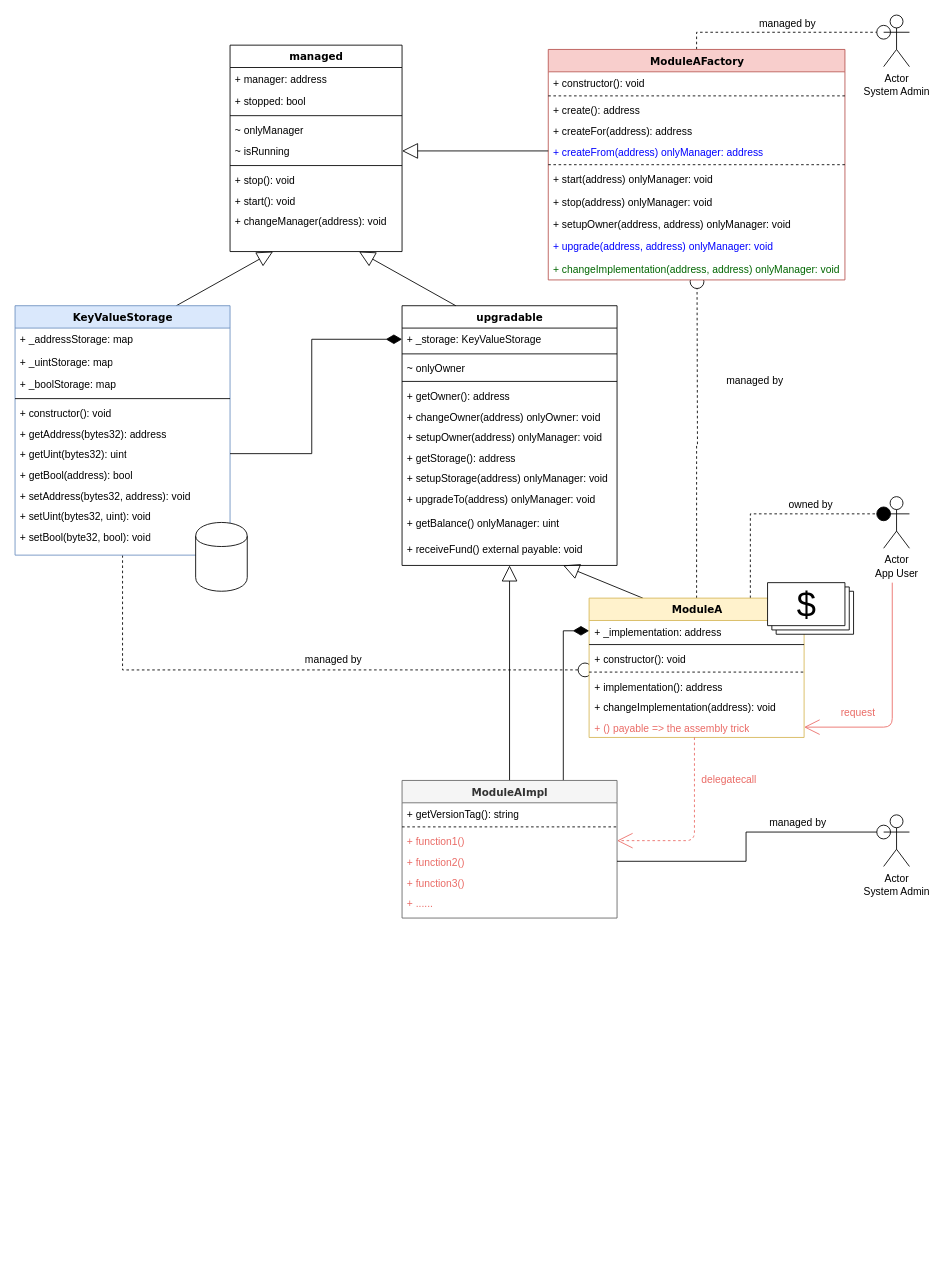
The draw.io diagram blockchain/ethereum/upgradable-contract/UpgradableContracts2.drawio in hmisty/coding, before the edit. Source tidied: cells renumbered, new cells numbered last; positions are measured from the earlier drawing's top-left corner, leaving out a move shared by most shapes. Both pictures are drawn from the tidied source at 86%, with x=0, y=0 at pixel (15, 15).
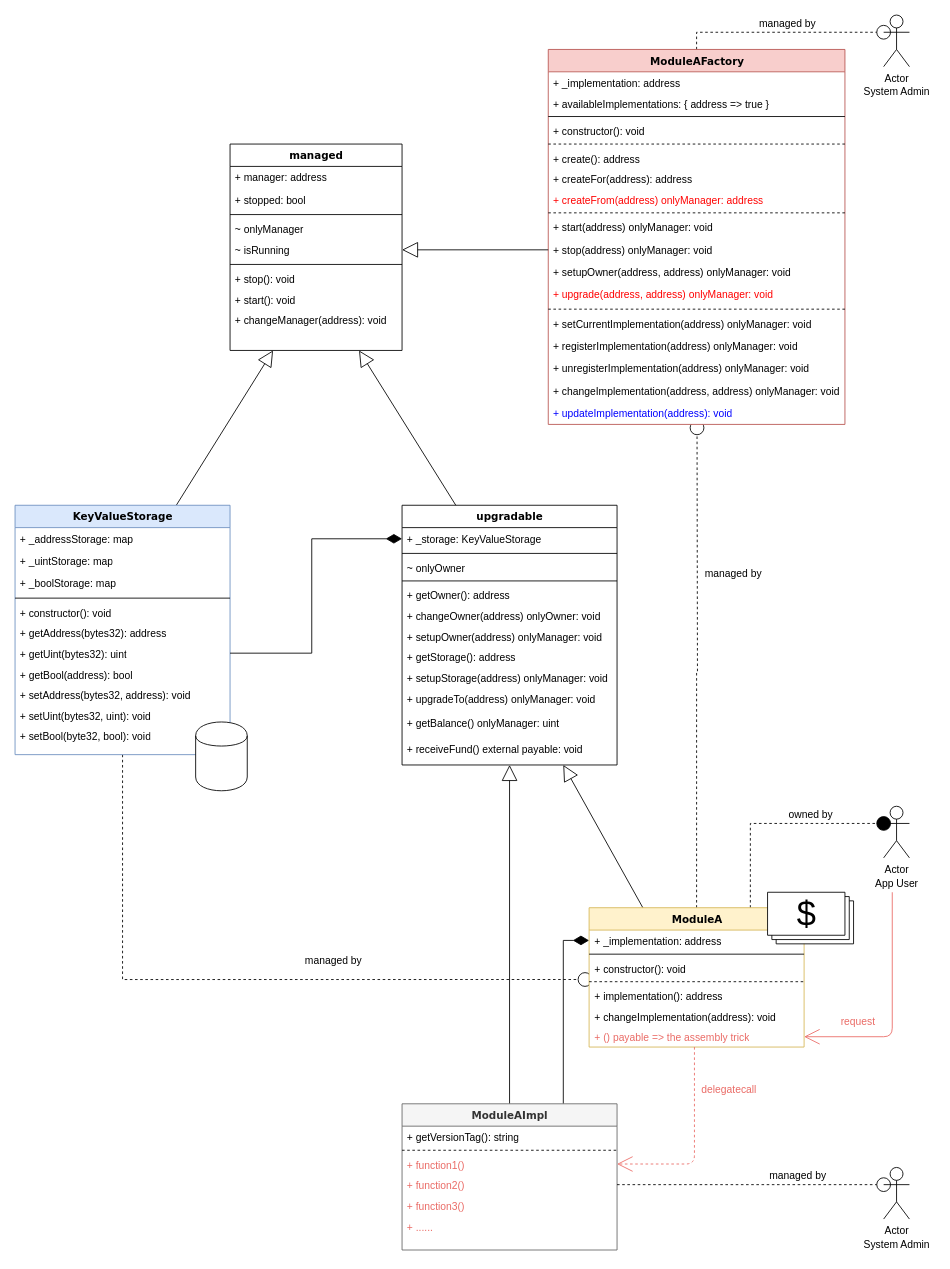
After the change.

The change refers to these unchanged cells:
```xml
<mxCell id="7" value="~ isRunning" style="text;html=1;strokeColor=none;fillColor=none;align=left;verticalAlign=top;spacingLeft=4;spacingRight=4;whiteSpace=wrap;overflow=hidden;points=[[0,0.5],[1,0.5]];portConstraint=eastwest;" parent="2" vertex="1">
  <mxGeometry y="110" width="200" height="26" as="geometry" />
</mxCell>
<mxCell id="51" value="+ () payable =&amp;gt; the assembly trick" style="text;html=1;strokeColor=none;fillColor=none;align=left;verticalAlign=top;spacingLeft=4;spacingRight=4;whiteSpace=wrap;overflow=hidden;points=[[0,0.5],[1,0.5]];portConstraint=eastwest;fontColor=#EA6B66;" parent="44" vertex="1">
  <mxGeometry y="138" width="250" height="24" as="geometry" />
</mxCell>
<mxCell id="57" value="+ function1()" style="text;html=1;strokeColor=none;fillColor=none;align=left;verticalAlign=top;spacingLeft=4;spacingRight=4;whiteSpace=wrap;overflow=hidden;points=[[0,0.5],[1,0.5]];portConstraint=eastwest;fontColor=#EA6B66;" parent="54" vertex="1">
  <mxGeometry y="58" width="250" height="24" as="geometry" />
</mxCell>
<mxCell id="58" value="+ function2()" style="text;html=1;strokeColor=none;fillColor=none;align=left;verticalAlign=top;spacingLeft=4;spacingRight=4;whiteSpace=wrap;overflow=hidden;points=[[0,0.5],[1,0.5]];portConstraint=eastwest;fontColor=#EA6B66;" parent="54" vertex="1">
  <mxGeometry y="82" width="250" height="24" as="geometry" />
</mxCell>
```

What changed in the source:
```diff
@@
     <mxCell id="2" value="managed" style="swimlane;html=1;fontStyle=1;align=center;verticalAlign=top;horizontal=1;startSize=26;swimlaneFillColor=#ffffff;rounded=0;shadow=0;comic=0;labelBackgroundColor=none;strokeWidth=1;fillColor=none;fontFamily=Verdana;fontSize=12;" parent="1" vertex="1">
-      <mxGeometry x="250" y="35" width="200" height="240" as="geometry" />
+      <mxGeometry x="250" y="150" width="200" height="240" as="geometry" />
     </mxCell>
@@
     <mxCell id="13" value="upgradable" style="swimlane;html=1;fontStyle=1;align=center;verticalAlign=top;horizontal=1;startSize=26;swimlaneFillColor=#ffffff;rounded=0;shadow=0;comic=0;labelBackgroundColor=none;strokeWidth=1;fillColor=none;fontFamily=Verdana;fontSize=12;" parent="1" vertex="1">
-      <mxGeometry x="450" y="338" width="250" height="302" as="geometry" />
+      <mxGeometry x="450" y="570" width="250" height="302" as="geometry" />
     </mxCell>
@@
     <mxCell id="28" value="KeyValueStorage" style="swimlane;html=1;fontStyle=1;align=center;verticalAlign=top;horizontal=1;startSize=26;swimlaneFillColor=#ffffff;rounded=0;shadow=0;comic=0;labelBackgroundColor=none;strokeWidth=1;fillColor=#dae8fc;fontFamily=Verdana;fontSize=12;strokeColor=#6c8ebf;" parent="1" vertex="1">
-      <mxGeometry y="338" width="250" height="290" as="geometry" />
+      <mxGeometry y="570" width="250" height="290" as="geometry" />
     </mxCell>
@@
     <mxCell id="42" style="edgeStyle=orthogonalEdgeStyle;rounded=0;jettySize=auto;html=1;exitX=0.5;exitY=0;exitDx=0;exitDy=0;dashed=1;startArrow=none;startFill=0;startSize=16;endArrow=oval;endFill=0;endSize=16;fontColor=#EA6B66;" parent="1" edge="1" source="44">
       <mxGeometry relative="1" as="geometry">
-        <mxPoint x="793" y="310" as="targetPoint" />
+        <mxPoint x="793" y="480" as="targetPoint" />
       </mxGeometry>
     </mxCell>
@@
     <mxCell id="44" value="ModuleA" style="swimlane;html=1;fontStyle=1;align=center;verticalAlign=top;horizontal=1;startSize=26;swimlaneFillColor=#ffffff;rounded=0;shadow=0;comic=0;labelBackgroundColor=none;strokeWidth=1;fillColor=#fff2cc;fontFamily=Verdana;fontSize=12;strokeColor=#d6b656;" parent="1" vertex="1">
-      <mxGeometry x="667.5" y="678" width="250" height="162" as="geometry" />
+      <mxGeometry x="667.5" y="1038" width="250" height="162" as="geometry" />
     </mxCell>
@@
     <mxCell id="54" value="ModuleAImpl" style="swimlane;html=1;fontStyle=1;align=center;verticalAlign=top;horizontal=1;startSize=26;swimlaneFillColor=#ffffff;rounded=0;shadow=0;comic=0;labelBackgroundColor=none;strokeWidth=1;fillColor=#f5f5f5;fontFamily=Verdana;fontSize=12;strokeColor=#666666;fontColor=#333333;" parent="1" vertex="1">
-      <mxGeometry x="450" y="890" width="250" height="160" as="geometry" />
+      <mxGeometry x="450" y="1266" width="250" height="170" as="geometry" />
     </mxCell>
@@
     <mxCell id="62" value="ModuleAFactory&lt;br&gt;" style="swimlane;html=1;fontStyle=1;align=center;verticalAlign=top;horizontal=1;startSize=26;swimlaneFillColor=#ffffff;rounded=0;shadow=0;comic=0;labelBackgroundColor=none;strokeWidth=1;fillColor=#f8cecc;fontFamily=Verdana;fontSize=12;strokeColor=#b85450;" parent="1" vertex="1">
-      <mxGeometry x="620" y="40" width="345" height="268" as="geometry" />
+      <mxGeometry x="620" y="40" width="345" height="436" as="geometry" />
     </mxCell>
-    <mxCell id="63" value="+ constructor(): void" style="text;html=1;strokeColor=none;fillColor=none;align=left;verticalAlign=top;spacingLeft=4;spacingRight=4;whiteSpace=wrap;overflow=hidden;" parent="62" vertex="1">
+    <mxCell id="63" value="+ _implementation: address" style="text;html=1;strokeColor=none;fillColor=none;align=left;verticalAlign=top;spacingLeft=4;spacingRight=4;whiteSpace=wrap;overflow=hidden;" parent="62" vertex="1">
       <mxGeometry y="26" width="345" height="24" as="geometry" />
     </mxCell>
+    <mxCell id="94" value="+ availableImplementations: { address =&amp;gt; true }" style="text;html=1;strokeColor=none;fillColor=none;align=left;verticalAlign=top;spacingLeft=4;spacingRight=4;whiteSpace=wrap;overflow=hidden;" parent="62" vertex="1">
+      <mxGeometry y="50" width="345" height="24" as="geometry" />
+    </mxCell>
+    <mxCell id="95" style="line;html=1;strokeWidth=1;fillColor=none;align=left;verticalAlign=middle;spacingTop=-1;spacingLeft=3;spacingRight=3;labelPosition=right;" parent="62" vertex="1">
+      <mxGeometry y="74" width="345" height="8" as="geometry" />
+    </mxCell>
+    <mxCell id="96" value="+ constructor(): void" style="text;html=1;strokeColor=none;fillColor=none;align=left;verticalAlign=top;spacingLeft=4;spacingRight=4;whiteSpace=wrap;overflow=hidden;" parent="62" vertex="1">
+      <mxGeometry y="82" width="345" height="24" as="geometry" />
+    </mxCell>
     <mxCell id="64" style="line;html=1;strokeWidth=1;fillColor=none;align=left;verticalAlign=middle;spacingTop=-1;spacingLeft=3;spacingRight=3;labelPosition=right;dashed=1;" parent="62" vertex="1">
-      <mxGeometry y="50" width="345" height="8" as="geometry" />
+      <mxGeometry y="106" width="345" height="8" as="geometry" />
     </mxCell>
     <mxCell id="65" value="+ create(): address" style="text;html=1;strokeColor=none;fillColor=none;align=left;verticalAlign=top;spacingLeft=4;spacingRight=4;whiteSpace=wrap;overflow=hidden;" parent="62" vertex="1">
-      <mxGeometry y="58" width="345" height="24" as="geometry" />
+      <mxGeometry y="114" width="345" height="24" as="geometry" />
     </mxCell>
     <mxCell id="66" value="+ createFor(address): address" style="text;html=1;strokeColor=none;fillColor=none;align=left;verticalAlign=top;spacingLeft=4;spacingRight=4;whiteSpace=wrap;overflow=hidden;" parent="62" vertex="1">
-      <mxGeometry y="82" width="345" height="24" as="geometry" />
+      <mxGeometry y="138" width="345" height="24" as="geometry" />
     </mxCell>
-    <mxCell id="67" value="+ createFrom(address) onlyManager: address" style="text;html=1;strokeColor=none;fillColor=none;align=left;verticalAlign=top;spacingLeft=4;spacingRight=4;whiteSpace=wrap;overflow=hidden;points=[[0,0.5],[1,0.5]];portConstraint=eastwest;fontColor=#0000FF;" parent="62" vertex="1">
-      <mxGeometry y="106" width="345" height="24" as="geometry" />
+    <mxCell id="67" value="+ createFrom(address) onlyManager: address" style="text;html=1;strokeColor=none;fillColor=none;align=left;verticalAlign=top;spacingLeft=4;spacingRight=4;whiteSpace=wrap;overflow=hidden;points=[[0,0.5],[1,0.5]];portConstraint=eastwest;fontColor=#FF0000;" parent="62" vertex="1">
+      <mxGeometry y="162" width="345" height="24" as="geometry" />
     </mxCell>
     <mxCell id="68" style="line;html=1;strokeWidth=1;fillColor=none;align=left;verticalAlign=middle;spacingTop=-1;spacingLeft=3;spacingRight=3;labelPosition=right;dashed=1;" parent="62" vertex="1">
-      <mxGeometry y="130" width="345" height="8" as="geometry" />
+      <mxGeometry y="186" width="345" height="8" as="geometry" />
     </mxCell>
     <mxCell id="69" value="+ start(address) onlyManager: void" style="text;html=1;strokeColor=none;fillColor=none;align=left;verticalAlign=top;spacingLeft=4;spacingRight=4;whiteSpace=wrap;overflow=hidden;" parent="62" vertex="1">
-      <mxGeometry y="138" width="345" height="26" as="geometry" />
+      <mxGeometry y="194" width="345" height="26" as="geometry" />
     </mxCell>
     <mxCell id="70" value="+ stop(address) onlyManager: void" style="text;html=1;strokeColor=none;fillColor=none;align=left;verticalAlign=top;spacingLeft=4;spacingRight=4;whiteSpace=wrap;overflow=hidden;points=[[0,0.5],[1,0.5]];portConstraint=eastwest;" parent="62" vertex="1">
-      <mxGeometry y="164" width="345" height="26" as="geometry" />
+      <mxGeometry y="220" width="345" height="26" as="geometry" />
     </mxCell>
     <mxCell id="71" value="+ setupOwner(address, address) onlyManager: void" style="text;html=1;strokeColor=none;fillColor=none;align=left;verticalAlign=top;spacingLeft=4;spacingRight=4;whiteSpace=wrap;overflow=hidden;" parent="62" vertex="1">
-      <mxGeometry y="190" width="345" height="26" as="geometry" />
+      <mxGeometry y="246" width="345" height="26" as="geometry" />
     </mxCell>
-    <mxCell id="72" value="+ upgrade(address, address) onlyManager: void" style="text;html=1;strokeColor=none;fillColor=none;align=left;verticalAlign=top;spacingLeft=4;spacingRight=4;whiteSpace=wrap;overflow=hidden;fontColor=#0000FF;" parent="62" vertex="1">
-      <mxGeometry y="216" width="345" height="26" as="geometry" />
+    <mxCell id="72" value="+ upgrade(address, address) onlyManager: void" style="text;html=1;strokeColor=none;fillColor=none;align=left;verticalAlign=top;spacingLeft=4;spacingRight=4;whiteSpace=wrap;overflow=hidden;fontColor=#FF0000;" parent="62" vertex="1">
+      <mxGeometry y="272" width="345" height="26" as="geometry" />
     </mxCell>
+    <mxCell id="97" style="line;html=1;strokeWidth=1;fillColor=none;align=left;verticalAlign=middle;spacingTop=-1;spacingLeft=3;spacingRight=3;labelPosition=right;dashed=1;" parent="62" vertex="1">
+      <mxGeometry y="298" width="345" height="8" as="geometry" />
+    </mxCell>
+    <mxCell id="98" value="+ setCurrentImplementation(address) onlyManager: void" style="text;html=1;strokeColor=none;fillColor=none;align=left;verticalAlign=top;spacingLeft=4;spacingRight=4;whiteSpace=wrap;overflow=hidden;" parent="62" vertex="1">
+      <mxGeometry y="306" width="345" height="26" as="geometry" />
+    </mxCell>
+    <mxCell id="99" value="+ registerImplementation(address) onlyManager: void" style="text;html=1;strokeColor=none;fillColor=none;align=left;verticalAlign=top;spacingLeft=4;spacingRight=4;whiteSpace=wrap;overflow=hidden;" parent="62" vertex="1">
+      <mxGeometry y="332" width="345" height="26" as="geometry" />
+    </mxCell>
+    <mxCell id="100" value="+ unregisterImplementation(address) onlyManager: void" style="text;html=1;strokeColor=none;fillColor=none;align=left;verticalAlign=top;spacingLeft=4;spacingRight=4;whiteSpace=wrap;overflow=hidden;" parent="62" vertex="1">
+      <mxGeometry y="358" width="345" height="26" as="geometry" />
+    </mxCell>
-    <mxCell id="73" value="+ changeImplementation(address, address) onlyManager: void" style="text;html=1;strokeColor=none;fillColor=none;align=left;verticalAlign=top;spacingLeft=4;spacingRight=4;whiteSpace=wrap;overflow=hidden;fontColor=#006600;" parent="62" vertex="1">
-      <mxGeometry y="242" width="345" height="26" as="geometry" />
+    <mxCell id="73" value="+ changeImplementation(address, address) onlyManager: void" style="text;html=1;strokeColor=none;fillColor=none;align=left;verticalAlign=top;spacingLeft=4;spacingRight=4;whiteSpace=wrap;overflow=hidden;fontColor=#000000;" parent="62" vertex="1">
+      <mxGeometry y="384" width="345" height="26" as="geometry" />
     </mxCell>
+    <mxCell id="101" value="+ updateImplementation(address): void" style="text;html=1;strokeColor=none;fillColor=none;align=left;verticalAlign=top;spacingLeft=4;spacingRight=4;whiteSpace=wrap;overflow=hidden;fontColor=#0000FF;" parent="62" vertex="1">
+      <mxGeometry y="410" width="345" height="26" as="geometry" />
+    </mxCell>
-    <mxCell id="74" style="edgeStyle=none;rounded=0;jettySize=auto;html=1;entryX=1;entryY=0.5;entryDx=0;entryDy=0;startSize=16;endArrow=block;endFill=0;endSize=16;exitX=0;exitY=0.5;exitDx=0;exitDy=0;" parent="1" edge="1" source="67" target="7">
+    <mxCell id="74" style="edgeStyle=none;rounded=0;jettySize=auto;html=1;entryX=1;entryY=0.5;entryDx=0;entryDy=0;startSize=16;endArrow=block;endFill=0;endSize=16;exitX=0;exitY=0.5;exitDx=0;exitDy=0;" parent="1" edge="1" source="70" target="7">
       <mxGeometry relative="1" as="geometry" />
     </mxCell>
     <mxCell id="75" value="managed by" style="text;html=1;align=center;verticalAlign=middle;fontColor=#000000;" parent="1" vertex="1">
-      <mxGeometry x="330" y="740" width="80" height="20" as="geometry" />
+      <mxGeometry x="330" y="1090" width="80" height="20" as="geometry" />
     </mxCell>
     <mxCell id="76" value="managed by" style="text;html=1;align=center;verticalAlign=middle;fontColor=#000000;" parent="1" vertex="1">
-      <mxGeometry x="820" y="415" width="80" height="20" as="geometry" />
+      <mxGeometry x="795" y="640" width="80" height="20" as="geometry" />
     </mxCell>
@@
     <mxCell id="79" value="Actor" style="shape=umlActor;verticalLabelPosition=bottom;labelBackgroundColor=#ffffff;verticalAlign=top;html=1;outlineConnect=0;fontColor=#000000;" parent="1" vertex="1">
-      <mxGeometry x="1010" y="560" width="30" height="60" as="geometry" />
+      <mxGeometry x="1010" y="920" width="30" height="60" as="geometry" />
     </mxCell>
     <mxCell id="80" value="owned by" style="text;html=1;align=center;verticalAlign=middle;fontColor=#000000;" parent="1" vertex="1">
-      <mxGeometry x="890" y="560" width="70" height="20" as="geometry" />
+      <mxGeometry x="890" y="920" width="70" height="20" as="geometry" />
     </mxCell>
@@
     <mxCell id="82" value="App User" style="text;html=1;align=center;verticalAlign=middle;fontColor=#000000;" parent="1" vertex="1">
-      <mxGeometry x="990" y="640" width="70" height="20" as="geometry" />
+      <mxGeometry x="990" y="1000" width="70" height="20" as="geometry" />
     </mxCell>
     <mxCell id="83" value="Actor" style="shape=umlActor;verticalLabelPosition=bottom;labelBackgroundColor=#ffffff;verticalAlign=top;html=1;outlineConnect=0;fontColor=#000000;" parent="1" vertex="1">
-      <mxGeometry x="1010" y="930" width="30" height="60" as="geometry" />
+      <mxGeometry x="1010" y="1340" width="30" height="60" as="geometry" />
     </mxCell>
     <mxCell id="84" value="managed by" style="text;html=1;align=center;verticalAlign=middle;fontColor=#000000;" parent="1" vertex="1">
-      <mxGeometry x="870" y="930" width="80" height="20" as="geometry" />
+      <mxGeometry x="870" y="1340" width="80" height="20" as="geometry" />
     </mxCell>
     <mxCell id="85" value="System Admin" style="text;html=1;align=center;verticalAlign=middle;fontColor=#000000;" parent="1" vertex="1">
-      <mxGeometry x="980" y="1010" width="90" height="20" as="geometry" />
+      <mxGeometry x="980" y="1420" width="90" height="20" as="geometry" />
     </mxCell>
-    <mxCell id="86" style="edgeStyle=orthogonalEdgeStyle;rounded=0;jettySize=auto;html=1;exitX=1;exitY=0.5;exitDx=0;exitDy=0;entryX=0;entryY=0.3333333333333333;entryDx=0;entryDy=0;entryPerimeter=0;startArrow=none;startFill=0;startSize=16;endArrow=oval;endFill=0;endSize=16;fontColor=#000000;" parent="1" edge="1" source="58" target="83">
+    <mxCell id="86" style="edgeStyle=orthogonalEdgeStyle;rounded=0;jettySize=auto;html=1;entryX=0;entryY=0.3333333333333333;entryDx=0;entryDy=0;entryPerimeter=0;startArrow=none;startFill=0;startSize=16;endArrow=oval;endFill=0;endSize=16;fontColor=#000000;exitX=1;exitY=0.5;exitDx=0;exitDy=0;dashed=1;" parent="1" edge="1" source="58" target="83">
       <mxGeometry relative="1" as="geometry" />
     </mxCell>
     <mxCell id="87" style="endArrow=open;html=1;fontColor=#EA6B66;edgeStyle=orthogonalEdgeStyle;endFill=0;endSize=16;startSize=16;dashed=1;strokeColor=#EA6B66;" parent="1" edge="1" source="51" target="57">
       <mxGeometry relative="1" as="geometry">
         <Array as="points">
-          <mxPoint x="790" y="960" />
+          <mxPoint x="790" y="1336" />
         </Array>
       </mxGeometry>
     </mxCell>
     <mxCell id="88" value="delegatecall" style="text;html=1;align=center;verticalAlign=middle;fontColor=#EA6B66;" parent="1" vertex="1">
-      <mxGeometry x="790" y="880" width="80" height="20" as="geometry" />
+      <mxGeometry x="790" y="1240" width="80" height="20" as="geometry" />
     </mxCell>
     <mxCell id="89" style="shape=cylinder;whiteSpace=wrap;html=1;boundedLbl=1;backgroundOutline=1;fontColor=#EA6B66;" parent="1" vertex="1">
-      <mxGeometry x="210" y="590" width="60" height="80" as="geometry" />
+      <mxGeometry x="210" y="822" width="60" height="80" as="geometry" />
     </mxCell>
     <mxCell id="90" style="verticalLabelPosition=bottom;verticalAlign=top;html=1;shape=mxgraph.basic.layered_rect;dx=10;fontColor=#000000;strokeColor=#000000;" parent="1" vertex="1">
-      <mxGeometry x="875" y="660" width="100" height="60" as="geometry" />
+      <mxGeometry x="875" y="1020" width="100" height="60" as="geometry" />
     </mxCell>
     <mxCell id="91" value="$" style="text;html=1;align=center;verticalAlign=middle;fontColor=#000000;fontSize=40;strokeColor=none;" parent="1" vertex="1">
-      <mxGeometry x="900" y="660" width="40" height="50" as="geometry" />
+      <mxGeometry x="900" y="1020" width="40" height="50" as="geometry" />
     </mxCell>
     <mxCell id="92" style="endArrow=open;html=1;fontColor=#EA6B66;edgeStyle=orthogonalEdgeStyle;endFill=0;endSize=16;startSize=16;strokeColor=#EA6B66;entryX=1;entryY=0.5;entryDx=0;entryDy=0;" parent="1" edge="1" target="51">
       <mxGeometry relative="1" as="geometry">
-        <mxPoint x="1020" y="660" as="sourcePoint" />
+        <mxPoint x="1020" y="1020" as="sourcePoint" />
         <Array as="points">
-          <mxPoint x="1020" y="828" />
+          <mxPoint x="1020" y="1188" />
         </Array>
       </mxGeometry>
     </mxCell>
     <mxCell id="93" value="request" style="text;html=1;align=center;verticalAlign=middle;fontSize=12;fontColor=#EA6B66;" parent="1" vertex="1">
-      <mxGeometry x="950" y="801" width="60" height="20" as="geometry" />
+      <mxGeometry x="950" y="1161" width="60" height="20" as="geometry" />
     </mxCell>
```
